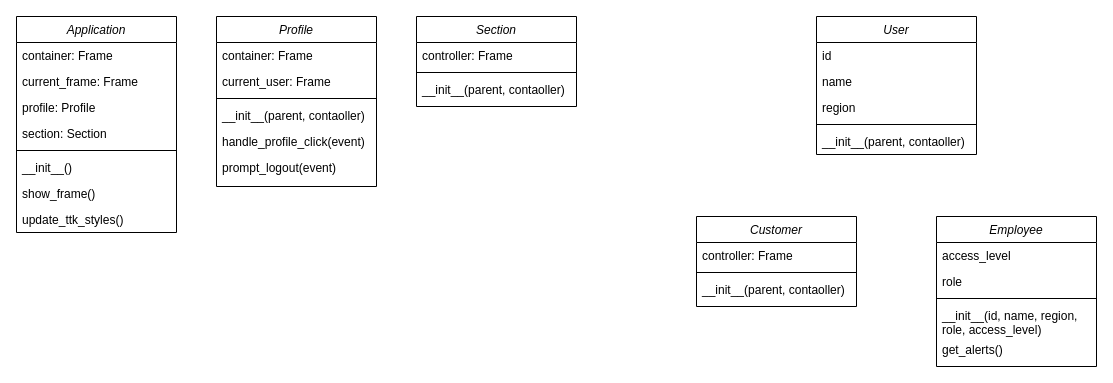
team-hydr8/class_diagrams keeps this draw.io diagram as Team HYDR-8 (Frontend UML Class Diagram).drawio.drawio. Above is the earlier version. Source tidied: cells renumbered, new cells numbered last; positions are measured from the earlier drawing's top-left corner, leaving out a move shared by most shapes. Both pictures are drawn from the tidied source at 100%, with x=0, y=0 at pixel (16, 16).
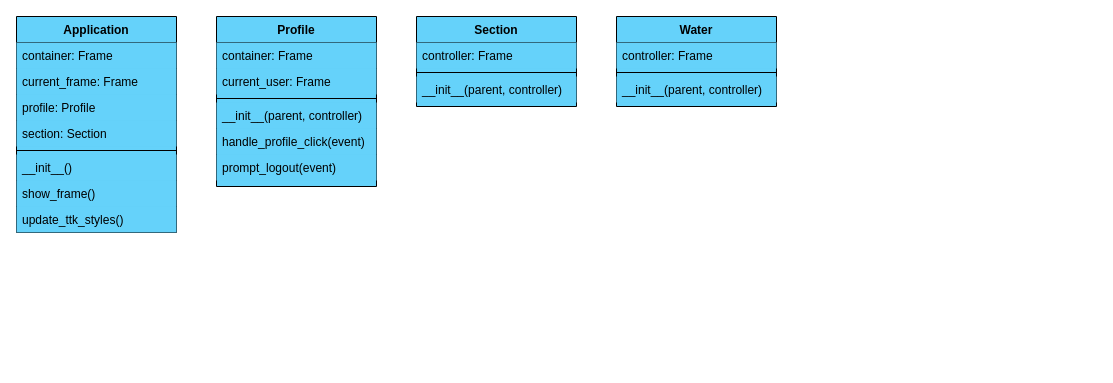
The same diagram, later.

Diff of the diagram source:
```diff
@@
-    <mxCell id="2" value="Application" style="swimlane;fontStyle=2;align=center;verticalAlign=top;horizontal=1;startSize=26;rounded=0;shadow=0;strokeWidth=1;" parent="1" vertex="1">
+    <mxCell id="2" value="Application" style="swimlane;fontStyle=1;align=center;verticalAlign=top;horizontal=1;startSize=26;rounded=0;shadow=0;strokeWidth=1;labelBackgroundColor=none;fillColor=#65D2FA;swimlaneLine=1;swimlaneFillColor=#65D2FA;" parent="1" vertex="1">
       <mxGeometry width="160" height="216" as="geometry" />
     </mxCell>
-    <mxCell id="3" value="container: Frame" style="text;align=left;verticalAlign=top;spacingLeft=4;spacingRight=4;overflow=hidden;rounded=0;shadow=0;html=0;" parent="2" vertex="1">
+    <mxCell id="3" value="container: Frame" style="text;align=left;verticalAlign=top;spacingLeft=4;spacingRight=4;overflow=hidden;rounded=0;shadow=0;html=0;fillColor=#65D2FA;" parent="2" vertex="1">
       <mxGeometry y="26" width="160" height="26" as="geometry" />
     </mxCell>
-    <mxCell id="4" value="current_frame: Frame" style="text;align=left;verticalAlign=top;spacingLeft=4;spacingRight=4;overflow=hidden;rounded=0;shadow=0;html=0;" parent="2" vertex="1">
+    <mxCell id="4" value="current_frame: Frame" style="text;align=left;verticalAlign=top;spacingLeft=4;spacingRight=4;overflow=hidden;rounded=0;shadow=0;html=0;fillColor=#65D2FA;" parent="2" vertex="1">
       <mxGeometry y="52" width="160" height="26" as="geometry" />
     </mxCell>
-    <mxCell id="5" value="profile: Profile" style="text;align=left;verticalAlign=top;spacingLeft=4;spacingRight=4;overflow=hidden;" parent="2" vertex="1">
+    <mxCell id="5" value="profile: Profile" style="text;align=left;verticalAlign=top;spacingLeft=4;spacingRight=4;overflow=hidden;fillColor=#65D2FA;" parent="2" vertex="1">
       <mxGeometry y="78" width="160" height="26" as="geometry" />
     </mxCell>
-    <mxCell id="6" value="section: Section" style="text;align=left;verticalAlign=top;spacingLeft=4;spacingRight=4;overflow=hidden;rounded=0;shadow=0;html=0;" parent="2" vertex="1">
+    <mxCell id="6" value="section: Section" style="text;align=left;verticalAlign=top;spacingLeft=4;spacingRight=4;overflow=hidden;rounded=0;shadow=0;html=0;fillColor=#65D2FA;" parent="2" vertex="1">
       <mxGeometry y="104" width="160" height="26" as="geometry" />
     </mxCell>
-    <mxCell id="7" style="line;html=1;strokeWidth=1;align=left;verticalAlign=middle;spacingTop=-1;spacingLeft=3;spacingRight=3;labelPosition=right;" parent="2" vertex="1">
+    <mxCell id="7" style="line;html=1;strokeWidth=1;align=left;verticalAlign=middle;spacingTop=-1;spacingLeft=3;spacingRight=3;labelPosition=right;fillColor=#65D2FA;strokeColor=default;perimeterSpacing=0;" parent="2" vertex="1">
       <mxGeometry y="130" width="160" height="8" as="geometry" />
     </mxCell>
-    <mxCell id="8" value="__init__()" style="text;align=left;verticalAlign=top;spacingLeft=4;spacingRight=4;overflow=hidden;" parent="2" vertex="1">
+    <mxCell id="8" value="__init__()" style="text;align=left;verticalAlign=top;spacingLeft=4;spacingRight=4;overflow=hidden;fillColor=#65D2FA;" parent="2" vertex="1">
       <mxGeometry y="138" width="160" height="26" as="geometry" />
     </mxCell>
-    <mxCell id="9" value="show_frame()" style="text;align=left;verticalAlign=top;spacingLeft=4;spacingRight=4;overflow=hidden;" parent="2" vertex="1">
+    <mxCell id="9" value="show_frame()" style="text;align=left;verticalAlign=top;spacingLeft=4;spacingRight=4;overflow=hidden;fillColor=#65D2FA;" parent="2" vertex="1">
       <mxGeometry y="164" width="160" height="26" as="geometry" />
     </mxCell>
-    <mxCell id="10" value="update_ttk_styles()" style="text;align=left;verticalAlign=top;spacingLeft=4;spacingRight=4;overflow=hidden;" parent="2" vertex="1">
+    <mxCell id="10" value="update_ttk_styles()" style="text;align=left;verticalAlign=top;spacingLeft=4;spacingRight=4;overflow=hidden;fillColor=#65D2FA;" parent="2" vertex="1">
       <mxGeometry y="190" width="160" height="26" as="geometry" />
     </mxCell>
-    <mxCell id="11" value="Profile" style="swimlane;fontStyle=2;align=center;verticalAlign=top;horizontal=1;startSize=26;rounded=0;shadow=0;strokeWidth=1;" parent="1" vertex="1">
+    <mxCell id="11" value="Profile" style="swimlane;fontStyle=1;align=center;verticalAlign=top;horizontal=1;startSize=26;rounded=0;shadow=0;strokeWidth=1;fillColor=#65D2FA;swimlaneFillColor=#65D2FA;" parent="1" vertex="1">
       <mxGeometry x="200" width="160" height="170" as="geometry" />
     </mxCell>
-    <mxCell id="12" value="container: Frame" style="text;align=left;verticalAlign=top;spacingLeft=4;spacingRight=4;overflow=hidden;rounded=0;shadow=0;html=0;" parent="11" vertex="1">
+    <mxCell id="12" value="container: Frame" style="text;align=left;verticalAlign=top;spacingLeft=4;spacingRight=4;overflow=hidden;rounded=0;shadow=0;html=0;fillColor=#65D2FA;" parent="11" vertex="1">
       <mxGeometry y="26" width="160" height="26" as="geometry" />
     </mxCell>
-    <mxCell id="13" value="current_user: Frame" style="text;align=left;verticalAlign=top;spacingLeft=4;spacingRight=4;overflow=hidden;rounded=0;shadow=0;html=0;" parent="11" vertex="1">
+    <mxCell id="13" value="current_user: Frame" style="text;align=left;verticalAlign=top;spacingLeft=4;spacingRight=4;overflow=hidden;rounded=0;shadow=0;html=0;fillColor=#65D2FA;" parent="11" vertex="1">
       <mxGeometry y="52" width="160" height="26" as="geometry" />
     </mxCell>
-    <mxCell id="14" style="line;html=1;strokeWidth=1;align=left;verticalAlign=middle;spacingTop=-1;spacingLeft=3;spacingRight=3;labelPosition=right;" parent="11" vertex="1">
+    <mxCell id="14" style="line;html=1;strokeWidth=1;align=left;verticalAlign=middle;spacingTop=-1;spacingLeft=3;spacingRight=3;labelPosition=right;fillColor=#65D2FA;" parent="11" vertex="1">
       <mxGeometry y="78" width="160" height="8" as="geometry" />
     </mxCell>
-    <mxCell id="15" value="__init__(parent, contaoller)" style="text;align=left;verticalAlign=top;spacingLeft=4;spacingRight=4;overflow=hidden;" parent="11" vertex="1">
+    <mxCell id="15" value="__init__(parent, controller)" style="text;align=left;verticalAlign=top;spacingLeft=4;spacingRight=4;overflow=hidden;fillColor=#65D2FA;" parent="11" vertex="1">
       <mxGeometry y="86" width="160" height="26" as="geometry" />
     </mxCell>
-    <mxCell id="16" value="handle_profile_click(event)" style="text;align=left;verticalAlign=top;spacingLeft=4;spacingRight=4;overflow=hidden;" parent="11" vertex="1">
+    <mxCell id="16" value="handle_profile_click(event)" style="text;align=left;verticalAlign=top;spacingLeft=4;spacingRight=4;overflow=hidden;fillColor=#65D2FA;" parent="11" vertex="1">
       <mxGeometry y="112" width="160" height="26" as="geometry" />
     </mxCell>
-    <mxCell id="17" value="prompt_logout(event)" style="text;align=left;verticalAlign=top;spacingLeft=4;spacingRight=4;overflow=hidden;" parent="11" vertex="1">
+    <mxCell id="17" value="prompt_logout(event)" style="text;align=left;verticalAlign=top;spacingLeft=4;spacingRight=4;overflow=hidden;fillColor=#65D2FA;" parent="11" vertex="1">
       <mxGeometry y="138" width="160" height="26" as="geometry" />
     </mxCell>
-    <mxCell id="18" value="Section" style="swimlane;fontStyle=2;align=center;verticalAlign=top;horizontal=1;startSize=26;rounded=0;shadow=0;strokeWidth=1;" parent="1" vertex="1">
+    <mxCell id="18" value="Section" style="swimlane;fontStyle=1;align=center;verticalAlign=top;horizontal=1;startSize=26;rounded=0;shadow=0;strokeWidth=1;fillColor=#65D2FA;swimlaneFillColor=#65D2FA;" parent="1" vertex="1">
       <mxGeometry x="400" width="160" height="90" as="geometry" />
     </mxCell>
-    <mxCell id="19" value="controller: Frame" style="text;align=left;verticalAlign=top;spacingLeft=4;spacingRight=4;overflow=hidden;rounded=0;shadow=0;html=0;" parent="18" vertex="1">
+    <mxCell id="19" value="controller: Frame" style="text;align=left;verticalAlign=top;spacingLeft=4;spacingRight=4;overflow=hidden;rounded=0;shadow=0;html=0;fillColor=#65D2FA;" parent="18" vertex="1">
       <mxGeometry y="26" width="160" height="26" as="geometry" />
     </mxCell>
-    <mxCell id="20" style="line;html=1;strokeWidth=1;align=left;verticalAlign=middle;spacingTop=-1;spacingLeft=3;spacingRight=3;labelPosition=right;" parent="18" vertex="1">
+    <mxCell id="20" style="line;html=1;strokeWidth=1;align=left;verticalAlign=middle;spacingTop=-1;spacingLeft=3;spacingRight=3;labelPosition=right;fillColor=#65D2FA;" parent="18" vertex="1">
       <mxGeometry y="52" width="160" height="8" as="geometry" />
     </mxCell>
-    <mxCell id="21" value="__init__(parent, contaoller)" style="text;align=left;verticalAlign=top;spacingLeft=4;spacingRight=4;overflow=hidden;" parent="18" vertex="1">
+    <mxCell id="21" value="__init__(parent, controller)" style="text;align=left;verticalAlign=top;spacingLeft=4;spacingRight=4;overflow=hidden;fillColor=#65D2FA;" parent="18" vertex="1">
       <mxGeometry y="60" width="160" height="26" as="geometry" />
     </mxCell>
-    <mxCell id="22" value="User" style="swimlane;fontStyle=2;align=center;verticalAlign=top;horizontal=1;startSize=26;rounded=0;shadow=0;strokeWidth=1;" parent="1" vertex="1">
-      <mxGeometry x="800" width="160" height="138" as="geometry" />
-    </mxCell>
-    <mxCell id="23" value="id" style="text;align=left;verticalAlign=top;spacingLeft=4;spacingRight=4;overflow=hidden;rounded=0;shadow=0;html=0;" parent="22" vertex="1">
-      <mxGeometry y="26" width="160" height="26" as="geometry" />
-    </mxCell>
-    <mxCell id="24" value="name" style="text;align=left;verticalAlign=top;spacingLeft=4;spacingRight=4;overflow=hidden;rounded=0;shadow=0;html=0;" parent="22" vertex="1">
-      <mxGeometry y="52" width="160" height="26" as="geometry" />
-    </mxCell>
-    <mxCell id="25" value="region" style="text;align=left;verticalAlign=top;spacingLeft=4;spacingRight=4;overflow=hidden;rounded=0;shadow=0;html=0;" parent="22" vertex="1">
-      <mxGeometry y="78" width="160" height="26" as="geometry" />
-    </mxCell>
-    <mxCell id="26" style="line;html=1;strokeWidth=1;align=left;verticalAlign=middle;spacingTop=-1;spacingLeft=3;spacingRight=3;labelPosition=right;" parent="22" vertex="1">
-      <mxGeometry y="104" width="160" height="8" as="geometry" />
-    </mxCell>
-    <mxCell id="27" value="__init__(parent, contaoller)" style="text;align=left;verticalAlign=top;spacingLeft=4;spacingRight=4;overflow=hidden;" parent="22" vertex="1">
-      <mxGeometry y="112" width="160" height="26" as="geometry" />
-    </mxCell>
-    <mxCell id="28" value="Customer" style="swimlane;fontStyle=2;align=center;verticalAlign=top;horizontal=1;startSize=26;rounded=0;shadow=0;strokeWidth=1;" parent="1" vertex="1">
-      <mxGeometry x="680" y="200" width="160" height="90" as="geometry" />
-    </mxCell>
+    <mxCell id="38" value="Water" style="swimlane;fontStyle=1;align=center;verticalAlign=top;horizontal=1;startSize=26;rounded=0;shadow=0;strokeWidth=1;fillColor=#65D2FA;swimlaneFillColor=#65D2FA;" parent="1" vertex="1">
+      <mxGeometry x="600" width="160" height="90" as="geometry" />
+    </mxCell>
-    <mxCell id="29" value="controller: Frame" style="text;align=left;verticalAlign=top;spacingLeft=4;spacingRight=4;overflow=hidden;rounded=0;shadow=0;html=0;" parent="28" vertex="1">
+    <mxCell id="29" value="controller: Frame" style="text;align=left;verticalAlign=top;spacingLeft=4;spacingRight=4;overflow=hidden;rounded=0;shadow=0;html=0;fillColor=#65D2FA;" parent="38" vertex="1">
       <mxGeometry y="26" width="160" height="26" as="geometry" />
     </mxCell>
-    <mxCell id="30" style="line;html=1;strokeWidth=1;align=left;verticalAlign=middle;spacingTop=-1;spacingLeft=3;spacingRight=3;labelPosition=right;" parent="28" vertex="1">
-      <mxGeometry y="52" width="160" height="8" as="geometry" />
-    </mxCell>
-    <mxCell id="31" value="__init__(parent, contaoller)" style="text;align=left;verticalAlign=top;spacingLeft=4;spacingRight=4;overflow=hidden;" parent="28" vertex="1">
-      <mxGeometry y="60" width="160" height="26" as="geometry" />
-    </mxCell>
-    <mxCell id="32" value="Employee" style="swimlane;fontStyle=2;align=center;verticalAlign=top;horizontal=1;startSize=26;rounded=0;shadow=0;strokeWidth=1;" parent="1" vertex="1">
-      <mxGeometry x="920" y="200" width="160" height="150" as="geometry" />
-    </mxCell>
-    <mxCell id="33" value="access_level" style="text;align=left;verticalAlign=top;spacingLeft=4;spacingRight=4;overflow=hidden;rounded=0;shadow=0;html=0;" parent="32" vertex="1">
-      <mxGeometry y="26" width="160" height="26" as="geometry" />
-    </mxCell>
-    <mxCell id="34" value="role" style="text;align=left;verticalAlign=top;spacingLeft=4;spacingRight=4;overflow=hidden;rounded=0;shadow=0;html=0;" parent="32" vertex="1">
-      <mxGeometry y="52" width="160" height="26" as="geometry" />
-    </mxCell>
-    <mxCell id="35" style="line;html=1;strokeWidth=1;align=left;verticalAlign=middle;spacingTop=-1;spacingLeft=3;spacingRight=3;labelPosition=right;" parent="32" vertex="1">
-      <mxGeometry y="78" width="160" height="8" as="geometry" />
-    </mxCell>
-    <mxCell id="36" value="__init__(id, name, region,&#10;role, access_level)" style="text;align=left;verticalAlign=top;spacingLeft=4;spacingRight=4;overflow=hidden;" parent="32" vertex="1">
-      <mxGeometry y="86" width="160" height="34" as="geometry" />
-    </mxCell>
-    <mxCell id="37" value="get_alerts()" style="text;align=left;verticalAlign=top;spacingLeft=4;spacingRight=4;overflow=hidden;" parent="32" vertex="1">
-      <mxGeometry y="120" width="160" height="26" as="geometry" />
-    </mxCell>
+    <mxCell id="39" style="line;html=1;strokeWidth=1;align=left;verticalAlign=middle;spacingTop=-1;spacingLeft=3;spacingRight=3;labelPosition=right;fillColor=#65D2FA;" parent="38" vertex="1">
+      <mxGeometry y="52" width="160" height="8" as="geometry" />
+    </mxCell>
+    <mxCell id="40" value="__init__(parent, controller)" style="text;align=left;verticalAlign=top;spacingLeft=4;spacingRight=4;overflow=hidden;fillColor=#65D2FA;" parent="38" vertex="1">
+      <mxGeometry y="60" width="160" height="26" as="geometry" />
+    </mxCell>
```
